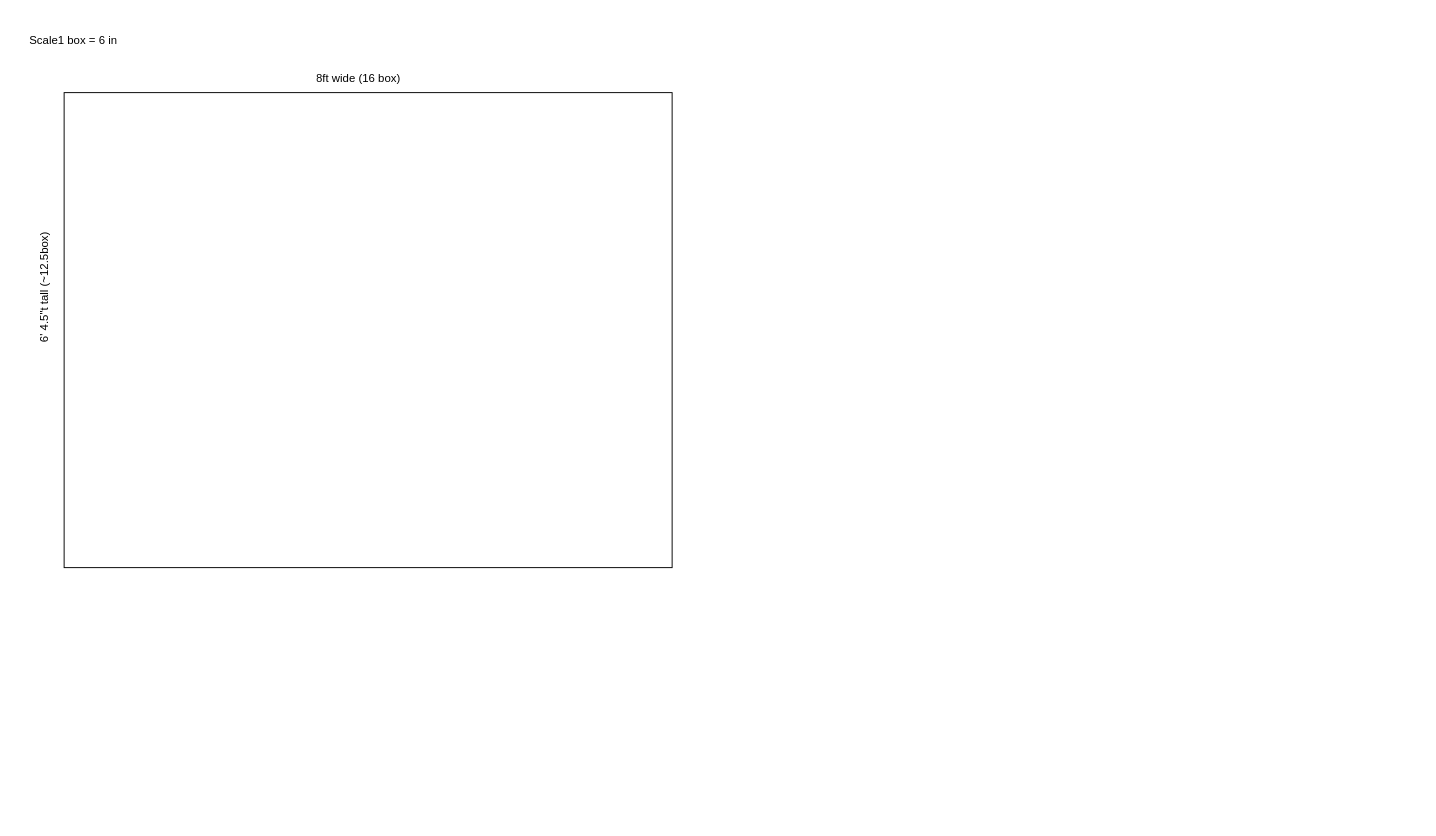
timfitzGit/SeaIsle keeps this draw.io diagram as page "ShedExterior" (2 of 2) of BackYard.drawio. Above is the earlier version. Source tidied: cells renumbered, new cells numbered last; positions are measured from the earlier drawing's top-left corner, leaving out a move shared by most shapes. Both pictures are drawn from the tidied source at 95%, with x=0, y=0 at pixel (-60, 26).
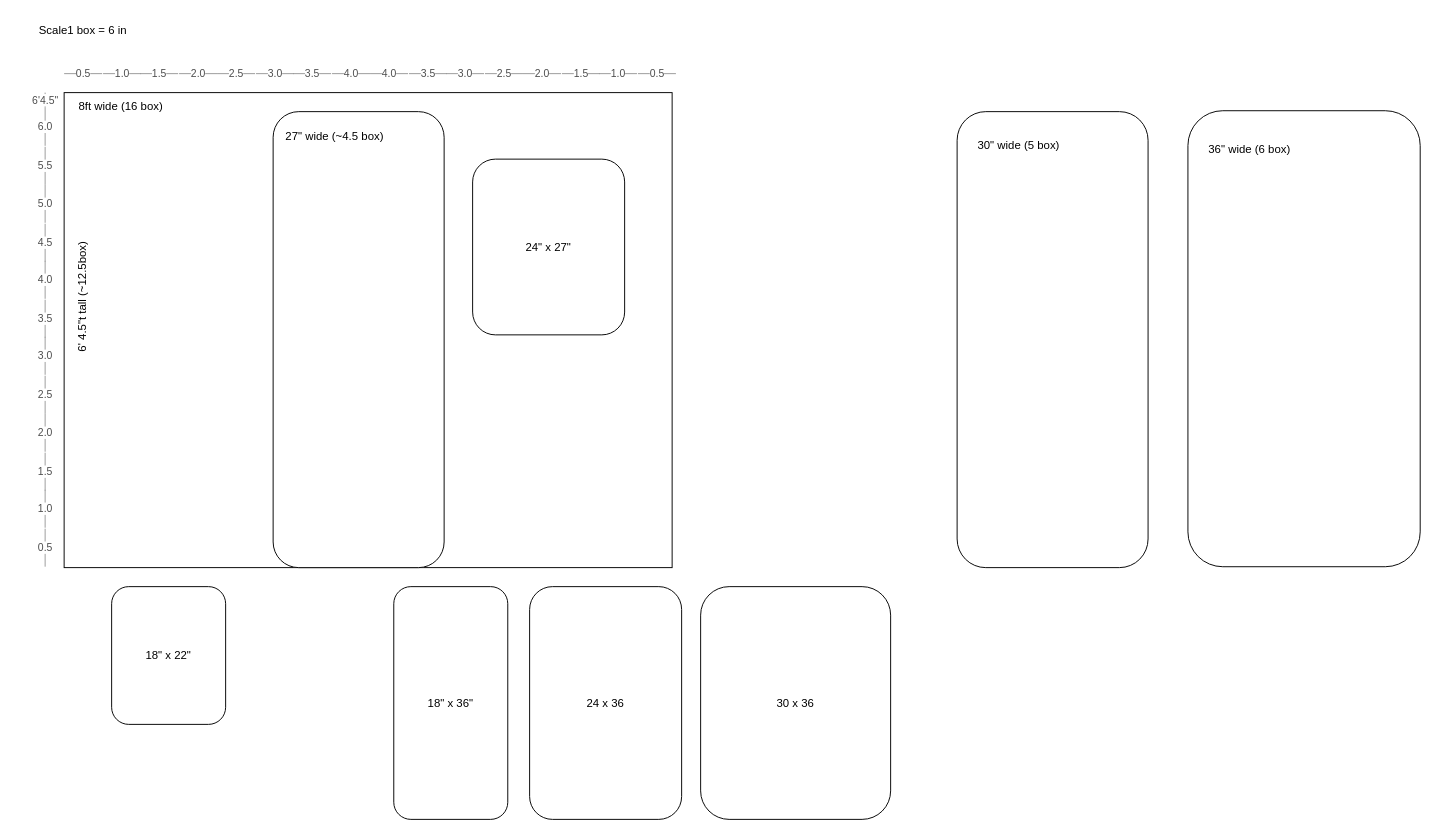
The same diagram, later.

The edit, as a diff of the source:
```diff
@@
     <mxCell id="3" value="&lt;div&gt;Scale1 box = 6 in&lt;/div&gt;" style="text;html=1;strokeColor=none;fillColor=none;align=center;verticalAlign=middle;whiteSpace=wrap;overflow=hidden;" parent="1" vertex="1">
-      <mxGeometry x="80" width="120" height="30" as="geometry" />
+      <mxGeometry x="90" y="-10" width="120" height="30" as="geometry" />
     </mxCell>
     <mxCell id="4" value="8ft wide (16 box)" style="text;html=1;strokeColor=none;fillColor=none;align=center;verticalAlign=middle;whiteSpace=wrap;overflow=hidden;" parent="1" vertex="1">
-      <mxGeometry x="380" y="40" width="120" height="30" as="geometry" />
+      <mxGeometry x="130" y="70" width="120" height="30" as="geometry" />
     </mxCell>
     <mxCell id="5" value="&lt;div&gt;6' 4.5&quot;t tall (~12.5box)&lt;/div&gt;" style="text;html=1;strokeColor=none;fillColor=none;align=center;verticalAlign=middle;whiteSpace=wrap;overflow=hidden;rotation=-90;" parent="1" vertex="1">
-      <mxGeometry y="260" width="220" height="30" as="geometry" />
+      <mxGeometry x="40" y="270" width="220" height="30" as="geometry" />
     </mxCell>
+    <mxCell id="7" value="0.5" style="endArrow=none;html=1;rounded=0;strokeColor=#999999;fontColor=#4D4D4D;" parent="1" edge="1">
+      <mxGeometry relative="1" as="geometry">
+        <mxPoint x="130" y="50" as="sourcePoint" />
+        <mxPoint x="170" y="50" as="targetPoint" />
+      </mxGeometry>
+    </mxCell>
+    <mxCell id="8" value="1.0" style="endArrow=none;html=1;rounded=0;strokeColor=#999999;fontColor=#4D4D4D;" parent="1" edge="1">
+      <mxGeometry relative="1" as="geometry">
+        <mxPoint x="171" y="50" as="sourcePoint" />
+        <mxPoint x="211" y="50" as="targetPoint" />
+      </mxGeometry>
+    </mxCell>
+    <mxCell id="9" value="1.5" style="endArrow=none;html=1;rounded=0;strokeColor=#999999;fontColor=#4D4D4D;" parent="1" edge="1">
+      <mxGeometry relative="1" as="geometry">
+        <mxPoint x="210" y="50" as="sourcePoint" />
+        <mxPoint x="250" y="50" as="targetPoint" />
+      </mxGeometry>
+    </mxCell>
+    <mxCell id="10" value="2.0" style="endArrow=none;html=1;rounded=0;strokeColor=#999999;fontColor=#4D4D4D;" parent="1" edge="1">
+      <mxGeometry relative="1" as="geometry">
+        <mxPoint x="251" y="50" as="sourcePoint" />
+        <mxPoint x="291" y="50" as="targetPoint" />
+      </mxGeometry>
+    </mxCell>
+    <mxCell id="11" value="2.5" style="endArrow=none;html=1;rounded=0;strokeColor=#999999;fontColor=#4D4D4D;" parent="1" edge="1">
+      <mxGeometry relative="1" as="geometry">
+        <mxPoint x="291" y="50" as="sourcePoint" />
+        <mxPoint x="331" y="50" as="targetPoint" />
+      </mxGeometry>
+    </mxCell>
+    <mxCell id="12" value="3.0" style="endArrow=none;html=1;rounded=0;strokeColor=#999999;fontColor=#4D4D4D;" parent="1" edge="1">
+      <mxGeometry relative="1" as="geometry">
+        <mxPoint x="332" y="50" as="sourcePoint" />
+        <mxPoint x="372" y="50" as="targetPoint" />
+      </mxGeometry>
+    </mxCell>
+    <mxCell id="13" value="3.5" style="endArrow=none;html=1;rounded=0;strokeColor=#999999;fontColor=#4D4D4D;" parent="1" edge="1">
+      <mxGeometry relative="1" as="geometry">
+        <mxPoint x="371" y="50" as="sourcePoint" />
+        <mxPoint x="411" y="50" as="targetPoint" />
+      </mxGeometry>
+    </mxCell>
+    <mxCell id="14" value="4.0" style="endArrow=none;html=1;rounded=0;strokeColor=#999999;fontColor=#4D4D4D;" parent="1" edge="1">
+      <mxGeometry relative="1" as="geometry">
+        <mxPoint x="412" y="50" as="sourcePoint" />
+        <mxPoint x="452" y="50" as="targetPoint" />
+      </mxGeometry>
+    </mxCell>
+    <mxCell id="15" value="4.0" style="endArrow=none;html=1;rounded=0;strokeColor=#999999;fontColor=#4D4D4D;" parent="1" edge="1">
+      <mxGeometry relative="1" as="geometry">
+        <mxPoint x="452" y="50" as="sourcePoint" />
+        <mxPoint x="492" y="50" as="targetPoint" />
+      </mxGeometry>
+    </mxCell>
+    <mxCell id="16" value="3.5" style="endArrow=none;html=1;rounded=0;strokeColor=#999999;fontColor=#4D4D4D;" parent="1" edge="1">
+      <mxGeometry relative="1" as="geometry">
+        <mxPoint x="493" y="50" as="sourcePoint" />
+        <mxPoint x="533" y="50" as="targetPoint" />
+      </mxGeometry>
+    </mxCell>
+    <mxCell id="17" value="3.0" style="endArrow=none;html=1;rounded=0;strokeColor=#999999;fontColor=#4D4D4D;" parent="1" edge="1">
+      <mxGeometry relative="1" as="geometry">
+        <mxPoint x="532" y="50" as="sourcePoint" />
+        <mxPoint x="572" y="50" as="targetPoint" />
+      </mxGeometry>
+    </mxCell>
+    <mxCell id="18" value="2.5" style="endArrow=none;html=1;rounded=0;strokeColor=#999999;fontColor=#4D4D4D;" parent="1" edge="1">
+      <mxGeometry relative="1" as="geometry">
+        <mxPoint x="573" y="50" as="sourcePoint" />
+        <mxPoint x="613" y="50" as="targetPoint" />
+      </mxGeometry>
+    </mxCell>
+    <mxCell id="19" value="2.0" style="endArrow=none;html=1;rounded=0;strokeColor=#999999;fontColor=#4D4D4D;" parent="1" edge="1">
+      <mxGeometry relative="1" as="geometry">
+        <mxPoint x="613" y="50" as="sourcePoint" />
+        <mxPoint x="653" y="50" as="targetPoint" />
+      </mxGeometry>
+    </mxCell>
+    <mxCell id="20" value="1.5" style="endArrow=none;html=1;rounded=0;strokeColor=#999999;fontColor=#4D4D4D;" parent="1" edge="1">
+      <mxGeometry relative="1" as="geometry">
+        <mxPoint x="654" y="50" as="sourcePoint" />
+        <mxPoint x="694" y="50" as="targetPoint" />
+      </mxGeometry>
+    </mxCell>
+    <mxCell id="21" value="1.0" style="endArrow=none;html=1;rounded=0;strokeColor=#999999;fontColor=#4D4D4D;" parent="1" edge="1">
+      <mxGeometry relative="1" as="geometry">
+        <mxPoint x="693" y="50" as="sourcePoint" />
+        <mxPoint x="733" y="50" as="targetPoint" />
+      </mxGeometry>
+    </mxCell>
+    <mxCell id="22" value="0.5" style="endArrow=none;html=1;rounded=0;strokeColor=#999999;fontColor=#4D4D4D;" parent="1" edge="1">
+      <mxGeometry relative="1" as="geometry">
+        <mxPoint x="734" y="50" as="sourcePoint" />
+        <mxPoint x="774" y="50" as="targetPoint" />
+      </mxGeometry>
+    </mxCell>
+    <mxCell id="23" value="0.5" style="endArrow=none;html=1;rounded=0;fontColor=#4D4D4D;strokeColor=#999999;" parent="1" edge="1">
+      <mxGeometry relative="1" as="geometry">
+        <mxPoint x="110" y="569" as="sourcePoint" />
+        <mxPoint x="110" y="529" as="targetPoint" />
+      </mxGeometry>
+    </mxCell>
+    <mxCell id="24" value="1.0" style="endArrow=none;html=1;rounded=0;fontColor=#4D4D4D;strokeColor=#999999;" parent="1" edge="1">
+      <mxGeometry relative="1" as="geometry">
+        <mxPoint x="110" y="528" as="sourcePoint" />
+        <mxPoint x="110" y="488" as="targetPoint" />
+      </mxGeometry>
+    </mxCell>
+    <mxCell id="25" value="1.5" style="endArrow=none;html=1;rounded=0;fontColor=#4D4D4D;strokeColor=#999999;" parent="1" edge="1">
+      <mxGeometry relative="1" as="geometry">
+        <mxPoint x="110" y="489" as="sourcePoint" />
+        <mxPoint x="110" y="449" as="targetPoint" />
+      </mxGeometry>
+    </mxCell>
+    <mxCell id="26" value="2.0" style="endArrow=none;html=1;rounded=0;fontColor=#4D4D4D;strokeColor=#999999;" parent="1" edge="1">
+      <mxGeometry relative="1" as="geometry">
+        <mxPoint x="110" y="448" as="sourcePoint" />
+        <mxPoint x="110" y="408" as="targetPoint" />
+      </mxGeometry>
+    </mxCell>
+    <mxCell id="27" value="2.5" style="endArrow=none;html=1;rounded=0;fontColor=#4D4D4D;strokeColor=#999999;" parent="1" edge="1">
+      <mxGeometry relative="1" as="geometry">
+        <mxPoint x="110" y="408" as="sourcePoint" />
+        <mxPoint x="110" y="368" as="targetPoint" />
+      </mxGeometry>
+    </mxCell>
+    <mxCell id="28" value="3.0" style="endArrow=none;html=1;rounded=0;fontColor=#4D4D4D;strokeColor=#999999;" parent="1" edge="1">
+      <mxGeometry relative="1" as="geometry">
+        <mxPoint x="110" y="367" as="sourcePoint" />
+        <mxPoint x="110" y="327" as="targetPoint" />
+      </mxGeometry>
+    </mxCell>
+    <mxCell id="29" value="3.5" style="endArrow=none;html=1;rounded=0;fontColor=#4D4D4D;strokeColor=#999999;" parent="1" edge="1">
+      <mxGeometry relative="1" as="geometry">
+        <mxPoint x="110" y="328" as="sourcePoint" />
+        <mxPoint x="110" y="288" as="targetPoint" />
+      </mxGeometry>
+    </mxCell>
+    <mxCell id="30" value="4.0" style="endArrow=none;html=1;rounded=0;fontColor=#4D4D4D;strokeColor=#999999;" parent="1" edge="1">
+      <mxGeometry relative="1" as="geometry">
+        <mxPoint x="110" y="287" as="sourcePoint" />
+        <mxPoint x="110" y="247" as="targetPoint" />
+      </mxGeometry>
+    </mxCell>
+    <mxCell id="31" value="4.5" style="endArrow=none;html=1;rounded=0;fontColor=#4D4D4D;strokeColor=#999999;" parent="1" edge="1">
+      <mxGeometry relative="1" as="geometry">
+        <mxPoint x="110" y="248" as="sourcePoint" />
+        <mxPoint x="110" y="208" as="targetPoint" />
+      </mxGeometry>
+    </mxCell>
+    <mxCell id="32" value="5.0" style="endArrow=none;html=1;rounded=0;fontColor=#4D4D4D;strokeColor=#999999;" parent="1" edge="1">
+      <mxGeometry relative="1" as="geometry">
+        <mxPoint x="110" y="207" as="sourcePoint" />
+        <mxPoint x="110" y="167" as="targetPoint" />
+      </mxGeometry>
+    </mxCell>
+    <mxCell id="33" value="5.5" style="endArrow=none;html=1;rounded=0;fontColor=#4D4D4D;strokeColor=#999999;" parent="1" edge="1">
+      <mxGeometry relative="1" as="geometry">
+        <mxPoint x="110" y="167" as="sourcePoint" />
+        <mxPoint x="110" y="127" as="targetPoint" />
+      </mxGeometry>
+    </mxCell>
+    <mxCell id="34" value="6.0" style="endArrow=none;html=1;rounded=0;fontColor=#4D4D4D;strokeColor=#999999;" parent="1" edge="1">
+      <mxGeometry relative="1" as="geometry">
+        <mxPoint x="110" y="126" as="sourcePoint" />
+        <mxPoint x="110" y="86" as="targetPoint" />
+      </mxGeometry>
+    </mxCell>
+    <mxCell id="35" value="6'4.5&quot;" style="endArrow=none;html=1;rounded=0;fontColor=#4D4D4D;strokeColor=#999999;" parent="1" edge="1">
+      <mxGeometry relative="1" as="geometry">
+        <mxPoint x="110" y="86" as="sourcePoint" />
+        <mxPoint x="110" y="70" as="targetPoint" />
+      </mxGeometry>
+    </mxCell>
@@
+    <mxCell id="36" style="group;" parent="6" vertex="1">
+      <mxGeometry x="1313" y="89" width="244.5" height="480" as="geometry" />
+    </mxCell>
+    <mxCell id="37" style="rounded=1;whiteSpace=wrap;html=1;rotation=90;" parent="36" vertex="1">
+      <mxGeometry x="-117.8" y="117.8" width="480" height="244.5" as="geometry" />
+    </mxCell>
+    <mxCell id="38" value="36&quot; wide (6 box)" style="text;html=1;strokeColor=none;fillColor=none;align=center;verticalAlign=middle;whiteSpace=wrap;overflow=hidden;" parent="36" vertex="1">
+      <mxGeometry x="5" y="26" width="120" height="30" as="geometry" />
+    </mxCell>
+    <mxCell id="39" style="group;" parent="6" vertex="1">
+      <mxGeometry x="1070" y="90" width="201" height="480" as="geometry" />
+    </mxCell>
+    <mxCell id="40" style="rounded=1;whiteSpace=wrap;html=1;rotation=90;" parent="39" vertex="1">
+      <mxGeometry x="-139.5" y="139.5" width="480" height="201" as="geometry" />
+    </mxCell>
+    <mxCell id="41" value="30&quot; wide (5 box)" style="text;html=1;strokeColor=none;fillColor=none;align=center;verticalAlign=middle;whiteSpace=wrap;overflow=hidden;" parent="39" vertex="1">
+      <mxGeometry x="5" y="21" width="120" height="30" as="geometry" />
+    </mxCell>
+    <mxCell id="42" style="group;" parent="6" vertex="1">
+      <mxGeometry x="350" y="90" width="180" height="480" as="geometry" />
+    </mxCell>
+    <mxCell id="43" style="rounded=1;whiteSpace=wrap;html=1;rotation=90;" parent="42" vertex="1">
+      <mxGeometry x="-150" y="150" width="480" height="180" as="geometry" />
+    </mxCell>
+    <mxCell id="44" value="27&quot; wide (~4.5 box)" style="text;html=1;strokeColor=none;fillColor=none;align=center;verticalAlign=middle;whiteSpace=wrap;overflow=hidden;" parent="42" vertex="1">
+      <mxGeometry x="5" y="11" width="120" height="30" as="geometry" />
+    </mxCell>
+    <mxCell id="45" parent="0" />
+    <mxCell id="46" value="18&quot; x 22&quot;" style="rounded=1;whiteSpace=wrap;html=1;rotation=0;" parent="45" vertex="1">
+      <mxGeometry x="180" y="590" width="120" height="145" as="geometry" />
+    </mxCell>
+    <mxCell id="47" value="24&quot; x 27&quot;" style="rounded=1;whiteSpace=wrap;html=1;rotation=0;" parent="45" vertex="1">
+      <mxGeometry x="560" y="140" width="160" height="185" as="geometry" />
+    </mxCell>
+    <mxCell id="48" value="18&quot; x 36&quot;" style="rounded=1;whiteSpace=wrap;html=1;rotation=0;" parent="45" vertex="1">
+      <mxGeometry x="477" y="590" width="120" height="245" as="geometry" />
+    </mxCell>
+    <mxCell id="49" value="24 x 36" style="rounded=1;whiteSpace=wrap;html=1;rotation=0;" parent="45" vertex="1">
+      <mxGeometry x="620" y="590" width="160" height="245" as="geometry" />
+    </mxCell>
+    <mxCell id="50" value="30 x 36" style="rounded=1;whiteSpace=wrap;html=1;rotation=0;" parent="45" vertex="1">
+      <mxGeometry x="800" y="590" width="200" height="245" as="geometry" />
+    </mxCell>
```
